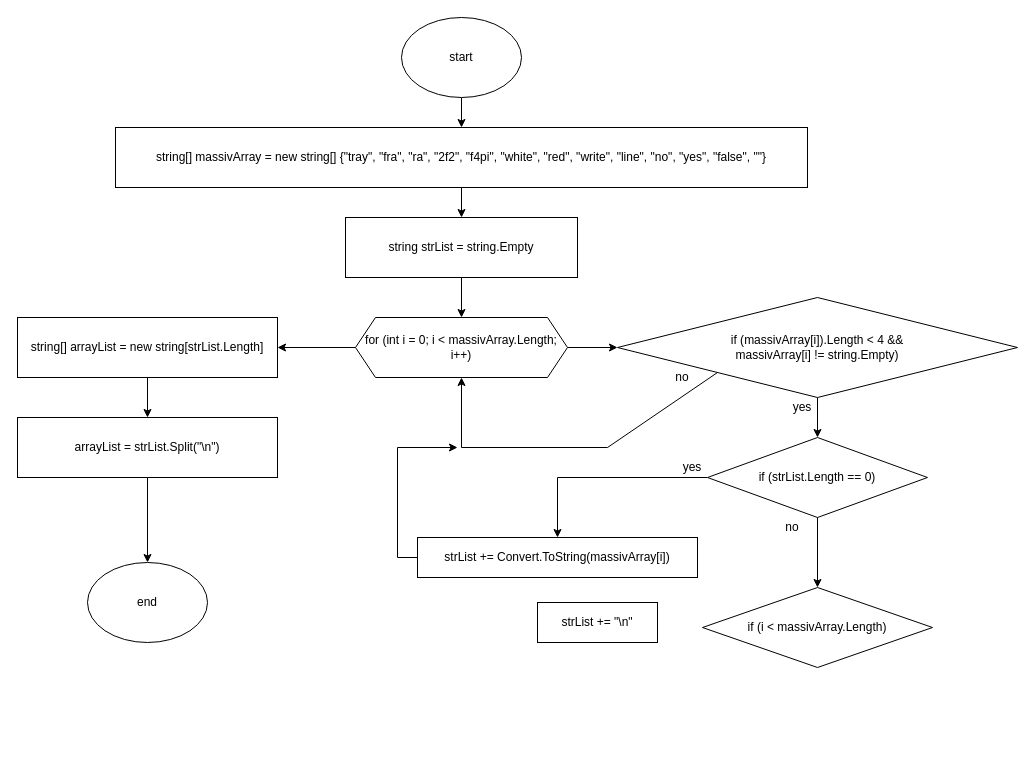
This is MainRunCode.drawio from Zeloodin/ItogovaiaProverochnaiaRabota1Chetvert, a draw.io file, before an edit. Source tidied: cells renumbered, new cells numbered last; positions are measured from the earlier drawing's top-left corner, leaving out a move shared by most shapes. Both pictures are drawn from the tidied source at 100%, with x=0, y=0 at pixel (17, 17).
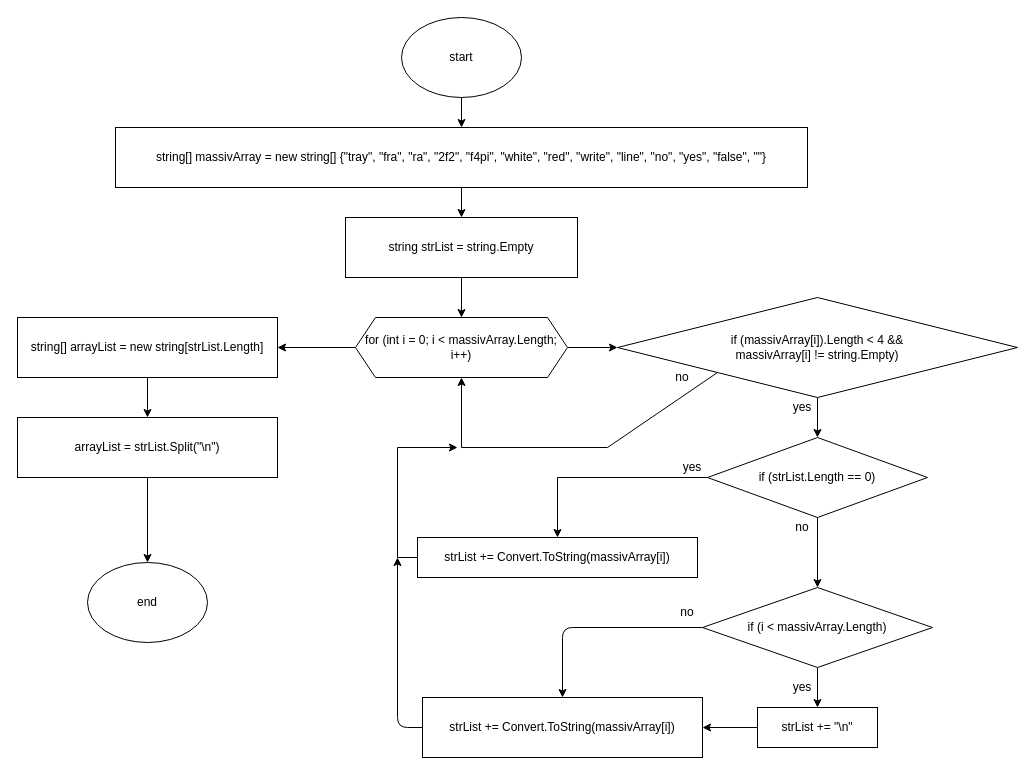
After the change.

Commit message:
Updated Complete MainRunCode

Unchanged cells that the change refers to:
```xml
<mxCell id="28" value="if (i &amp;lt; massivArray.Length)" style="rhombus;whiteSpace=wrap;html=1;" parent="1" vertex="1">
  <mxGeometry x="685" y="570" width="230" height="80" as="geometry" />
</mxCell>
```

The edit, as a diff of the source:
```diff
@@
+    <mxCell id="30" style="edgeStyle=none;html=1;" parent="1" edge="1" source="13" target="32">
+      <mxGeometry relative="1" as="geometry" />
+    </mxCell>
     <mxCell id="13" value="strList += &quot;\n&quot;" style="whiteSpace=wrap;html=1;" parent="1" vertex="1">
-      <mxGeometry x="520" y="585" width="120" height="40" as="geometry" />
+      <mxGeometry x="740" y="690" width="120" height="40" as="geometry" />
     </mxCell>
@@
     <mxCell id="20" value="no" style="text;html=1;strokeColor=none;fillColor=none;align=center;verticalAlign=middle;whiteSpace=wrap;rounded=0;" parent="1" vertex="1">
-      <mxGeometry x="760" y="500" width="30" height="20" as="geometry" />
+      <mxGeometry x="770" y="500" width="30" height="20" as="geometry" />
     </mxCell>
@@
+    <mxCell id="31" style="edgeStyle=none;html=1;" parent="1" edge="1" source="28" target="13">
+      <mxGeometry relative="1" as="geometry" />
+    </mxCell>
@@
+    <mxCell id="32" value="strList += Convert.ToString(massivArray[i])" style="rounded=0;whiteSpace=wrap;html=1;" parent="1" vertex="1">
+      <mxGeometry x="405" y="680" width="280" height="60" as="geometry" />
+    </mxCell>
+    <mxCell id="33" value="yes" style="text;html=1;strokeColor=none;fillColor=none;align=center;verticalAlign=middle;whiteSpace=wrap;rounded=0;" parent="1" vertex="1">
+      <mxGeometry x="770" y="660" width="30" height="20" as="geometry" />
+    </mxCell>
+    <mxCell id="34" value="no" style="text;html=1;strokeColor=none;fillColor=none;align=center;verticalAlign=middle;whiteSpace=wrap;rounded=0;" parent="1" vertex="1">
+      <mxGeometry x="655" y="585" width="30" height="20" as="geometry" />
+    </mxCell>
+    <mxCell id="35" style="endArrow=classic;html=1;exitX=0;exitY=0.5;exitDx=0;exitDy=0;" parent="1" edge="1" source="32">
+      <mxGeometry relative="1" as="geometry">
+        <mxPoint x="380" y="540" as="targetPoint" />
+        <Array as="points">
+          <mxPoint x="380" y="710" />
+        </Array>
+      </mxGeometry>
+    </mxCell>
+    <mxCell id="36" style="endArrow=classic;html=1;entryX=0.5;entryY=0;entryDx=0;entryDy=0;exitX=0;exitY=0.5;exitDx=0;exitDy=0;strokeWidth=1;jumpSize=6;" parent="1" edge="1" source="28" target="32">
+      <mxGeometry relative="1" as="geometry">
+        <Array as="points">
+          <mxPoint x="545" y="610" />
+        </Array>
+      </mxGeometry>
+    </mxCell>
```
